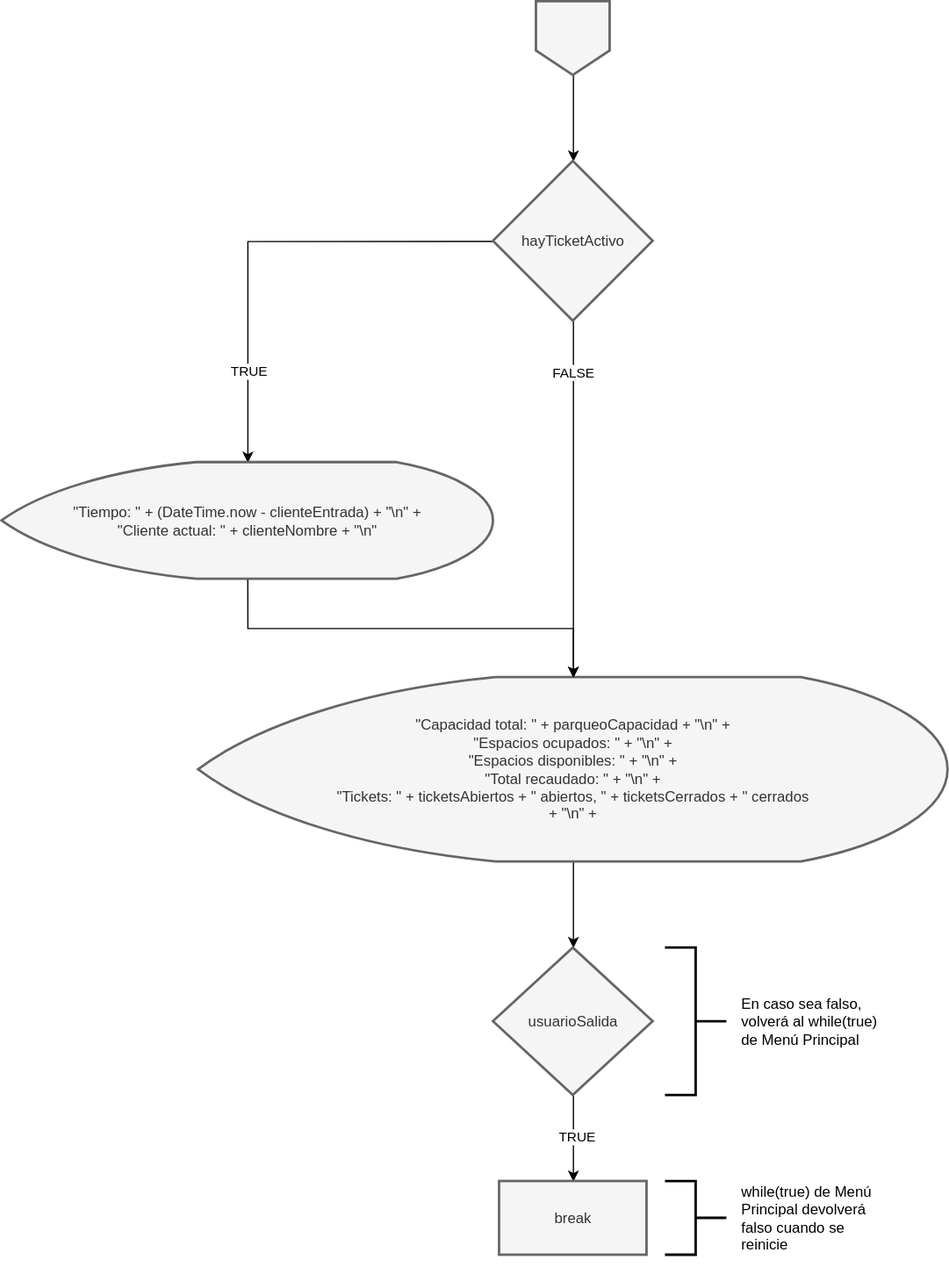
The draw.io diagram docs/GRAPH_MostrarEstado.svg in xrmerida/SmartPark, before a commit. Source tidied: cells renumbered, new cells last; positions are measured from the earlier drawing's top-left corner, leaving out a move shared by most shapes. The source it was exported from:
```xml
<mxGraphModel>
  <root>
    <mxCell id="0" />
    <mxCell id="1" parent="0" />
    <mxCell id="2" style="edgeStyle=orthogonalEdgeStyle;rounded=0;jettySize=auto;html=1;" parent="1" edge="1" source="3" target="8">
      <mxGeometry relative="1" as="geometry" />
    </mxCell>
    <mxCell id="3" style="verticalLabelPosition=middle;verticalAlign=middle;html=1;shape=offPageConnector;rounded=0;size=0.3333333333333333;fillColor=#f5f5f5;fontColor=#333333;strokeColor=#666666;strokeWidth=2;labelPosition=center;align=center;" parent="1" vertex="1">
      <mxGeometry x="435" width="60" height="60" as="geometry" />
    </mxCell>
    <mxCell id="4" style="edgeStyle=orthogonalEdgeStyle;rounded=0;jettySize=auto;html=1;exitX=0;exitY=0.5;exitDx=0;exitDy=0;" parent="1" edge="1" source="8" target="9">
      <mxGeometry relative="1" as="geometry" />
    </mxCell>
    <mxCell id="5" value="TRUE" style="edgeLabel;html=1;align=center;verticalAlign=middle;" parent="4" vertex="1">
      <mxGeometry x="-0.77" y="-3" relative="1" as="geometry">
        <mxPoint x="-156" y="108" as="offset" />
      </mxGeometry>
    </mxCell>
    <mxCell id="6" style="edgeStyle=orthogonalEdgeStyle;rounded=0;jettySize=auto;html=1;exitX=0.5;exitY=1;exitDx=0;exitDy=0;" parent="1" edge="1" source="8" target="11">
      <mxGeometry relative="1" as="geometry" />
    </mxCell>
    <mxCell id="7" value="FALSE" style="edgeLabel;html=1;align=center;verticalAlign=middle;" parent="6" vertex="1">
      <mxGeometry x="-0.72" y="-1" relative="1" as="geometry" />
    </mxCell>
    <mxCell id="8" value="hayTicketActivo" style="rhombus;whiteSpace=wrap;html=1;fillColor=#f5f5f5;strokeColor=#666666;fontColor=#333333;rounded=0;strokeWidth=2;" parent="1" vertex="1">
      <mxGeometry x="400" y="130" width="130" height="130" as="geometry" />
    </mxCell>
    <mxCell id="9" value="&lt;div&gt;&quot;Tiempo: &quot; + (DateTime.now - clienteEntrada) + &quot;\n&quot; +&lt;/div&gt;&lt;div&gt;&quot;Cliente actual: &quot; + clienteNombre + &quot;\n&quot;&lt;/div&gt;" style="strokeWidth=2;html=1;shape=mxgraph.flowchart.display;whiteSpace=wrap;fillColor=#f5f5f5;fontColor=#333333;strokeColor=#666666;verticalAlign=middle;labelPosition=center;verticalLabelPosition=middle;align=center;" parent="1" vertex="1">
      <mxGeometry y="375" width="400" height="95" as="geometry" />
    </mxCell>
    <mxCell id="10" style="edgeStyle=orthogonalEdgeStyle;rounded=0;jettySize=auto;html=1;" parent="1" edge="1" source="11" target="15">
      <mxGeometry relative="1" as="geometry" />
    </mxCell>
    <mxCell id="11" value="&lt;div&gt;&quot;Capacidad total: &quot; + parqueoCapacidad + &quot;\n&quot; +&lt;/div&gt;&lt;div&gt;&quot;Espacios ocupados: &quot; + &quot;\n&quot; +&lt;/div&gt;&lt;div&gt;&quot;Espacios disponibles: &quot; + &quot;\n&quot; +&lt;/div&gt;&lt;div&gt;&quot;Total recaudado: &quot; + &quot;\n&quot; +&lt;/div&gt;&lt;div&gt;&quot;Tickets: &quot; + ticketsAbiertos + &quot; abiertos, &quot; + ticketsCerrados + &quot; cerrados&lt;/div&gt;&lt;div&gt; + &quot;\n&quot; +&lt;/div&gt;" style="strokeWidth=2;html=1;shape=mxgraph.flowchart.display;whiteSpace=wrap;fillColor=#f5f5f5;fontColor=#333333;strokeColor=#666666;verticalAlign=middle;labelPosition=center;verticalLabelPosition=middle;align=center;" parent="1" vertex="1">
      <mxGeometry x="160" y="550" width="610" height="150" as="geometry" />
    </mxCell>
    <mxCell id="12" style="edgeStyle=orthogonalEdgeStyle;rounded=0;jettySize=auto;html=1;exitX=0.5;exitY=1;exitDx=0;exitDy=0;exitPerimeter=0;entryX=0.5;entryY=0;entryDx=0;entryDy=0;entryPerimeter=0;" parent="1" edge="1" source="9" target="11">
      <mxGeometry relative="1" as="geometry" />
    </mxCell>
    <mxCell id="13" style="edgeStyle=orthogonalEdgeStyle;rounded=0;jettySize=auto;html=1;" parent="1" edge="1" source="15" target="18">
      <mxGeometry relative="1" as="geometry" />
    </mxCell>
    <mxCell id="14" value="TRUE" style="edgeLabel;html=1;align=center;verticalAlign=middle;" parent="13" vertex="1">
      <mxGeometry x="-0.07" y="2" relative="1" as="geometry">
        <mxPoint y="1" as="offset" />
      </mxGeometry>
    </mxCell>
    <mxCell id="15" value="usuarioSalida" style="strokeWidth=2;html=1;shape=mxgraph.flowchart.decision;whiteSpace=wrap;fillColor=#f5f5f5;fontColor=#333333;strokeColor=#666666;verticalAlign=middle;labelPosition=center;verticalLabelPosition=middle;align=center;" parent="1" vertex="1">
      <mxGeometry x="400" y="770" width="130" height="120" as="geometry" />
    </mxCell>
    <mxCell id="16" style="strokeWidth=2;html=1;shape=mxgraph.flowchart.annotation_2;align=left;labelPosition=right;rotation=-180;" parent="1" vertex="1">
      <mxGeometry x="540" y="770" width="50" height="120" as="geometry" />
    </mxCell>
    <mxCell id="17" value="En caso sea falso, volverá al while(true) de Menú Principal" style="text;html=1;whiteSpace=wrap;strokeColor=none;fillColor=none;align=left;verticalAlign=middle;rounded=0;" parent="1" vertex="1">
      <mxGeometry x="600" y="770" width="120" height="120" as="geometry" />
    </mxCell>
    <mxCell id="18" value="break" style="rounded=0;whiteSpace=wrap;html=1;fillColor=#f5f5f5;fontColor=#333333;strokeColor=#666666;strokeWidth=2;verticalAlign=middle;labelPosition=center;verticalLabelPosition=middle;align=center;" parent="1" vertex="1">
      <mxGeometry x="405" y="960" width="120" height="60" as="geometry" />
    </mxCell>
    <mxCell id="19" style="strokeWidth=2;html=1;shape=mxgraph.flowchart.annotation_2;align=left;labelPosition=right;rotation=-180;" parent="1" vertex="1">
      <mxGeometry x="540" y="960" width="50" height="60" as="geometry" />
    </mxCell>
    <mxCell id="20" value="while(true) de Menú Principal devolverá falso cuando se reinicie" style="text;html=1;whiteSpace=wrap;strokeColor=none;fillColor=none;align=left;verticalAlign=middle;rounded=0;" parent="1" vertex="1">
      <mxGeometry x="600" y="950" width="120" height="80" as="geometry" />
    </mxCell>
  </root>
</mxGraphModel>
```
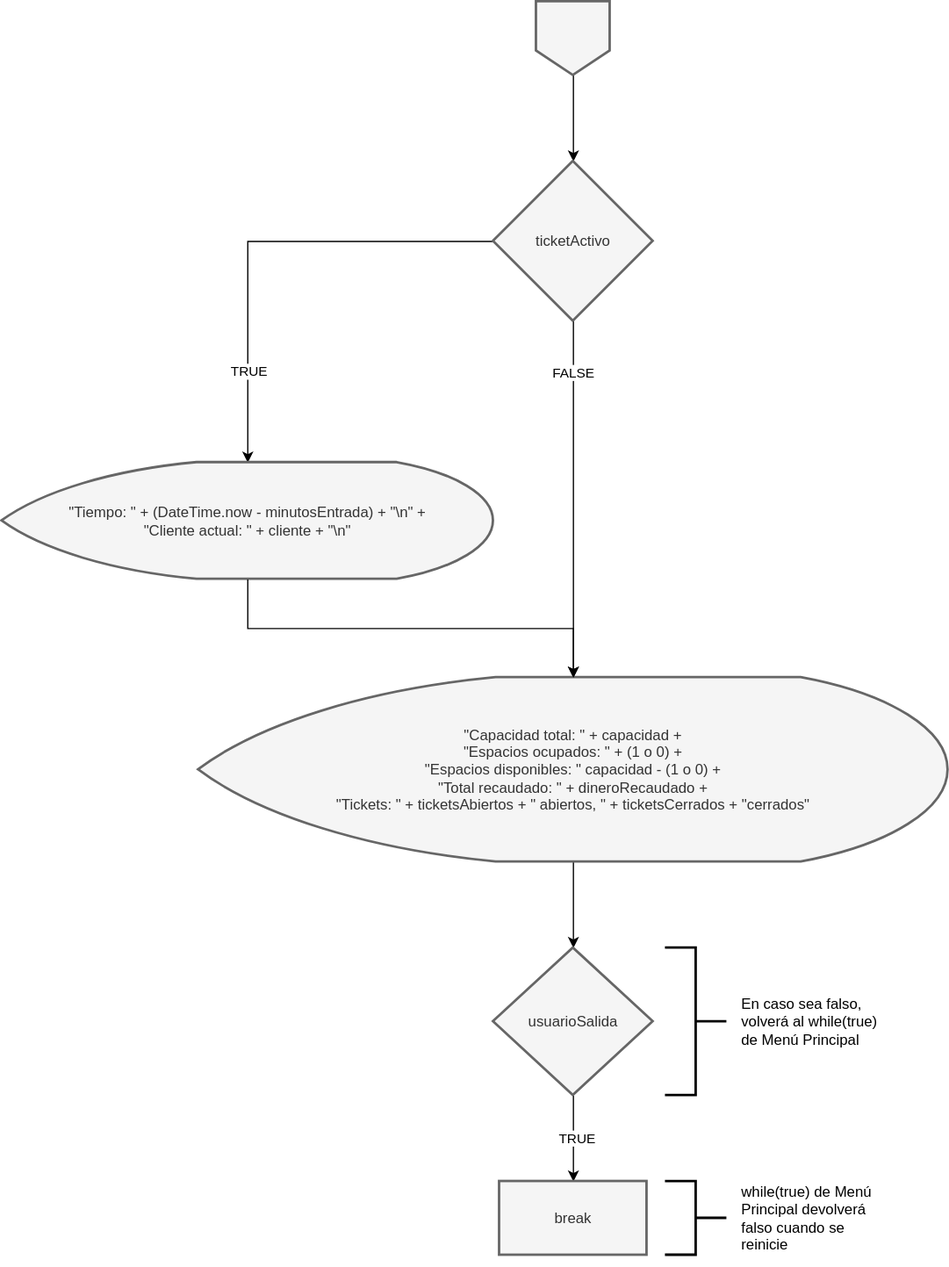
Later version of the same file.

The edit, as a diff of the source:
```diff
@@ -22,16 +22,16 @@
     <mxCell id="7" value="FALSE" style="edgeLabel;html=1;align=center;verticalAlign=middle;" parent="6" vertex="1">
       <mxGeometry x="-0.72" y="-1" relative="1" as="geometry" />
     </mxCell>
-    <mxCell id="8" value="hayTicketActivo" style="rhombus;whiteSpace=wrap;html=1;fillColor=#f5f5f5;strokeColor=#666666;fontColor=#333333;rounded=0;strokeWidth=2;" parent="1" vertex="1">
+    <mxCell id="8" value="ticketActivo" style="rhombus;whiteSpace=wrap;html=1;fillColor=#f5f5f5;strokeColor=#666666;fontColor=#333333;rounded=0;strokeWidth=2;" parent="1" vertex="1">
       <mxGeometry x="400" y="130" width="130" height="130" as="geometry" />
     </mxCell>
-    <mxCell id="9" value="&lt;div&gt;&quot;Tiempo: &quot; + (DateTime.now - clienteEntrada) + &quot;\n&quot; +&lt;/div&gt;&lt;div&gt;&quot;Cliente actual: &quot; + clienteNombre + &quot;\n&quot;&lt;/div&gt;" style="strokeWidth=2;html=1;shape=mxgraph.flowchart.display;whiteSpace=wrap;fillColor=#f5f5f5;fontColor=#333333;strokeColor=#666666;verticalAlign=middle;labelPosition=center;verticalLabelPosition=middle;align=center;" parent="1" vertex="1">
+    <mxCell id="9" value="&lt;div&gt;&quot;Tiempo: &quot; + (DateTime.now - minutosEntrada) + &quot;\n&quot; +&lt;/div&gt;&lt;div&gt;&quot;Cliente actual: &quot; + cliente + &quot;\n&quot;&lt;/div&gt;" style="strokeWidth=2;html=1;shape=mxgraph.flowchart.display;whiteSpace=wrap;fillColor=#f5f5f5;fontColor=#333333;strokeColor=#666666;verticalAlign=middle;labelPosition=center;verticalLabelPosition=middle;align=center;" parent="1" vertex="1">
       <mxGeometry y="375" width="400" height="95" as="geometry" />
     </mxCell>
     <mxCell id="10" style="edgeStyle=orthogonalEdgeStyle;rounded=0;jettySize=auto;html=1;" parent="1" edge="1" source="11" target="15">
       <mxGeometry relative="1" as="geometry" />
     </mxCell>
-    <mxCell id="11" value="&lt;div&gt;&quot;Capacidad total: &quot; + parqueoCapacidad + &quot;\n&quot; +&lt;/div&gt;&lt;div&gt;&quot;Espacios ocupados: &quot; + &quot;\n&quot; +&lt;/div&gt;&lt;div&gt;&quot;Espacios disponibles: &quot; + &quot;\n&quot; +&lt;/div&gt;&lt;div&gt;&quot;Total recaudado: &quot; + &quot;\n&quot; +&lt;/div&gt;&lt;div&gt;&quot;Tickets: &quot; + ticketsAbiertos + &quot; abiertos, &quot; + ticketsCerrados + &quot; cerrados&lt;/div&gt;&lt;div&gt; + &quot;\n&quot; +&lt;/div&gt;" style="strokeWidth=2;html=1;shape=mxgraph.flowchart.display;whiteSpace=wrap;fillColor=#f5f5f5;fontColor=#333333;strokeColor=#666666;verticalAlign=middle;labelPosition=center;verticalLabelPosition=middle;align=center;" parent="1" vertex="1">
+    <mxCell id="11" value="&lt;div&gt;&quot;Capacidad total: &quot; + capacidad +&lt;/div&gt;&lt;div&gt;&quot;Espacios ocupados: &quot; + (1 o 0) +&lt;/div&gt;&lt;div&gt;&quot;Espacios disponibles: &quot; capacidad - (1 o 0) +&lt;/div&gt;&lt;div&gt;&quot;Total recaudado: &quot; + dineroRecaudado +&lt;/div&gt;&lt;div&gt;&quot;Tickets: &quot; + ticketsAbiertos + &quot; abiertos, &quot; + ticketsCerrados +&amp;nbsp;&quot;cerrados&quot;&lt;/div&gt;" style="strokeWidth=2;html=1;shape=mxgraph.flowchart.display;whiteSpace=wrap;fillColor=#f5f5f5;fontColor=#333333;strokeColor=#666666;verticalAlign=middle;labelPosition=center;verticalLabelPosition=middle;align=center;" parent="1" vertex="1">
       <mxGeometry x="160" y="550" width="610" height="150" as="geometry" />
     </mxCell>
     <mxCell id="12" style="edgeStyle=orthogonalEdgeStyle;rounded=0;jettySize=auto;html=1;exitX=0.5;exitY=1;exitDx=0;exitDy=0;exitPerimeter=0;entryX=0.5;entryY=0;entryDx=0;entryDy=0;entryPerimeter=0;" parent="1" edge="1" source="9" target="11">
```
